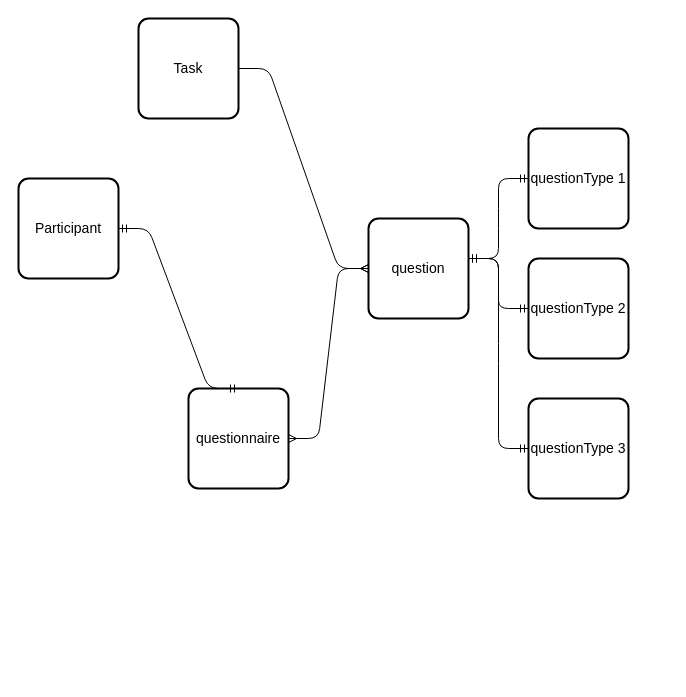
Above: docs/masterQuest/ermodel.drawio in christianorossini/masterProject (draw.io), before the change. Source tidied: cells renumbered, new cells numbered last; positions are measured from the earlier drawing's top-left corner, leaving out a move shared by most shapes. Both pictures are drawn from the tidied source at 100%, with x=0, y=0 at pixel (18, 18).
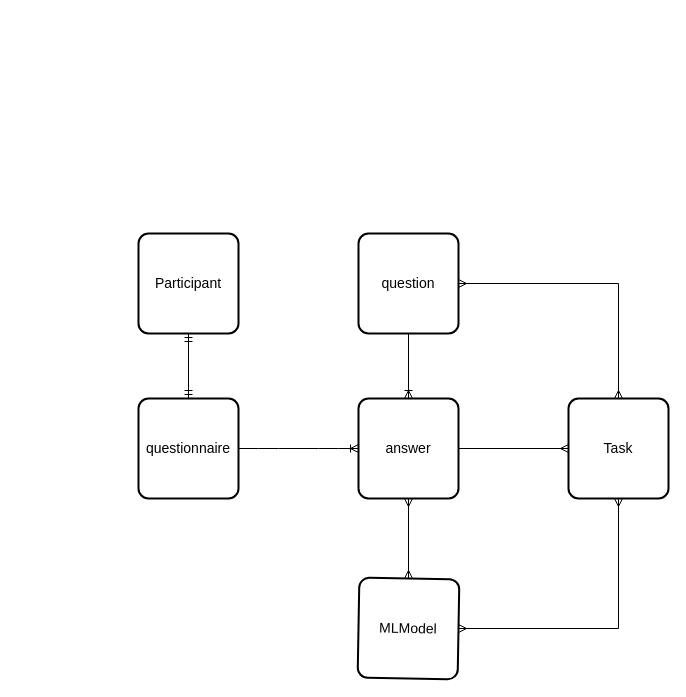
The same diagram, later.

Commit message (it also covers changes not shown here):
alteração dos modelos de desing do masterQuest

The edit, as a diff of the source:
```diff
@@
 <mxGraphModel>
   <root>
     <mxCell id="0" />
     <mxCell id="1" parent="0" />
     <mxCell id="2" value="Participant&lt;br&gt;" style="strokeWidth=2;rounded=1;arcSize=10;whiteSpace=wrap;html=1;align=center;fontSize=14;" parent="1" vertex="1">
-      <mxGeometry y="160" width="100" height="100" as="geometry" />
+      <mxGeometry x="120" y="215" width="100" height="100" as="geometry" />
     </mxCell>
     <mxCell id="3" value="questionnaire&lt;br&gt;" style="strokeWidth=2;rounded=1;arcSize=10;whiteSpace=wrap;html=1;align=center;fontSize=14;" parent="1" vertex="1">
-      <mxGeometry x="170" y="370" width="100" height="100" as="geometry" />
+      <mxGeometry x="120" y="380" width="100" height="100" as="geometry" />
     </mxCell>
     <mxCell id="4" value="question" style="strokeWidth=2;rounded=1;arcSize=10;whiteSpace=wrap;html=1;align=center;fontSize=14;" parent="1" vertex="1">
-      <mxGeometry x="350" y="200" width="100" height="100" as="geometry" />
+      <mxGeometry x="340" y="215" width="100" height="100" as="geometry" />
     </mxCell>
-    <mxCell id="5" style="edgeStyle=entityRelationEdgeStyle;fontSize=12;html=1;endArrow=ERmandOne;startArrow=ERmandOne;entryX=0.5;entryY=0;entryDx=0;entryDy=0;" parent="1" edge="1" source="2" target="3">
+    <mxCell id="5" style="edgeStyle=orthogonalEdgeStyle;fontSize=12;html=1;endArrow=ERmandOne;startArrow=ERmandOne;entryX=0.5;entryY=0;entryDx=0;entryDy=0;" parent="1" edge="1" source="2" target="3">
       <mxGeometry relative="1" as="geometry" />
     </mxCell>
-    <mxCell id="6" style="edgeStyle=entityRelationEdgeStyle;fontSize=12;html=1;endArrow=ERmany;startArrow=ERmany;" parent="1" edge="1" target="4">
-      <mxGeometry relative="1" as="geometry">
-        <mxPoint x="270" y="420" as="sourcePoint" />
-      </mxGeometry>
-    </mxCell>
-    <mxCell id="7" value="questionType 1" style="strokeWidth=2;rounded=1;arcSize=10;whiteSpace=wrap;html=1;align=center;fontSize=14;" parent="1" vertex="1">
-      <mxGeometry x="510" y="110" width="100" height="100" as="geometry" />
-    </mxCell>
-    <mxCell id="8" value="questionType 2" style="strokeWidth=2;rounded=1;arcSize=10;whiteSpace=wrap;html=1;align=center;fontSize=14;" parent="1" vertex="1">
-      <mxGeometry x="510" y="240" width="100" height="100" as="geometry" />
-    </mxCell>
-    <mxCell id="9" value="questionType 3&lt;br&gt;" style="strokeWidth=2;rounded=1;arcSize=10;whiteSpace=wrap;html=1;align=center;fontSize=14;" parent="1" vertex="1">
-      <mxGeometry x="510" y="380" width="100" height="100" as="geometry" />
-    </mxCell>
-    <mxCell id="10" style="edgeStyle=entityRelationEdgeStyle;fontSize=12;html=1;endArrow=ERmandOne;startArrow=ERmandOne;entryX=0;entryY=0.5;entryDx=0;entryDy=0;" parent="1" edge="1" target="7">
-      <mxGeometry relative="1" as="geometry">
-        <mxPoint x="450" y="240" as="sourcePoint" />
-      </mxGeometry>
-    </mxCell>
-    <mxCell id="11" style="edgeStyle=entityRelationEdgeStyle;fontSize=12;html=1;endArrow=ERmandOne;startArrow=ERmandOne;" parent="1" edge="1" target="8">
-      <mxGeometry relative="1" as="geometry">
-        <mxPoint x="450" y="240" as="sourcePoint" />
-      </mxGeometry>
-    </mxCell>
-    <mxCell id="12" style="edgeStyle=entityRelationEdgeStyle;fontSize=12;html=1;endArrow=ERmandOne;startArrow=ERmandOne;entryX=0;entryY=0.5;entryDx=0;entryDy=0;" parent="1" edge="1" target="9">
-      <mxGeometry relative="1" as="geometry">
-        <mxPoint x="450" y="240" as="sourcePoint" />
-      </mxGeometry>
-    </mxCell>
     <mxCell id="13" value="Task" style="strokeWidth=2;rounded=1;arcSize=10;whiteSpace=wrap;html=1;align=center;fontSize=14;" parent="1" vertex="1">
-      <mxGeometry x="120" width="100" height="100" as="geometry" />
+      <mxGeometry x="550" y="380" width="100" height="100" as="geometry" />
     </mxCell>
-    <mxCell id="14" style="edgeStyle=entityRelationEdgeStyle;fontSize=12;html=1;endArrow=ERmany;" parent="1" edge="1" source="13">
-      <mxGeometry relative="1" as="geometry">
-        <mxPoint x="350" y="250" as="targetPoint" />
-      </mxGeometry>
-    </mxCell>
+    <mxCell id="15" style="edgeStyle=orthogonalEdgeStyle;rounded=0;jettySize=auto;html=1;entryX=0;entryY=0.5;entryDx=0;entryDy=0;startArrow=none;startFill=0;endArrow=ERmany;endFill=0;" parent="1" edge="1" source="16" target="13">
+      <mxGeometry relative="1" as="geometry" />
+    </mxCell>
+    <mxCell id="16" value="answer" style="strokeWidth=2;rounded=1;arcSize=10;whiteSpace=wrap;html=1;align=center;fontSize=14;" parent="1" vertex="1">
+      <mxGeometry x="340" y="380" width="100" height="100" as="geometry" />
+    </mxCell>
+    <mxCell id="17" style="edgeStyle=entityRelationEdgeStyle;fontSize=12;html=1;endArrow=ERoneToMany;" parent="1" edge="1" source="3" target="16">
+      <mxGeometry relative="1" as="geometry" />
+    </mxCell>
+    <mxCell id="18" value="&lt;br&gt;" style="text;html=1;align=center;verticalAlign=middle;labelBackgroundColor=#ffffff;" parent="17" vertex="1">
+      <mxGeometry x="-0.18" relative="1" as="geometry" />
+    </mxCell>
+    <mxCell id="19" style="fontSize=12;html=1;endArrow=ERoneToMany;exitX=0.5;exitY=1;exitDx=0;exitDy=0;entryX=0.5;entryY=0;entryDx=0;entryDy=0;" parent="1" edge="1" source="4" target="16">
+      <mxGeometry relative="1" as="geometry" />
+    </mxCell>
+    <mxCell id="20" value="&lt;br&gt;" style="text;html=1;align=center;verticalAlign=middle;labelBackgroundColor=#ffffff;" parent="19" vertex="1">
+      <mxGeometry x="-0.18" relative="1" as="geometry" />
+    </mxCell>
+    <mxCell id="21" style="edgeStyle=orthogonalEdgeStyle;rounded=0;jettySize=auto;html=1;entryX=0.5;entryY=1;entryDx=0;entryDy=0;startArrow=ERmany;startFill=0;endArrow=ERmany;endFill=0;" parent="1" edge="1" source="23" target="13">
+      <mxGeometry relative="1" as="geometry" />
+    </mxCell>
+    <mxCell id="22" style="edgeStyle=orthogonalEdgeStyle;rounded=0;jettySize=auto;html=1;entryX=0.5;entryY=1;entryDx=0;entryDy=0;startArrow=ERmany;startFill=0;endArrow=ERmany;endFill=0;" parent="1" edge="1" source="23" target="16">
+      <mxGeometry relative="1" as="geometry" />
+    </mxCell>
+    <mxCell id="23" value="MLModel" style="strokeWidth=2;rounded=1;arcSize=10;whiteSpace=wrap;html=1;align=center;fontSize=14;rotation=1;" parent="1" vertex="1">
+      <mxGeometry x="340" y="560" width="100" height="100" as="geometry" />
+    </mxCell>
+    <mxCell id="24" style="fontSize=12;html=1;endArrow=ERmany;startArrow=ERmany;rounded=0;entryX=1;entryY=0.5;entryDx=0;entryDy=0;exitX=0.5;exitY=0;exitDx=0;exitDy=0;edgeStyle=orthogonalEdgeStyle;" parent="1" edge="1" source="13" target="4">
+      <mxGeometry relative="1" as="geometry" />
+    </mxCell>
   </root>
 </mxGraphModel>
```
